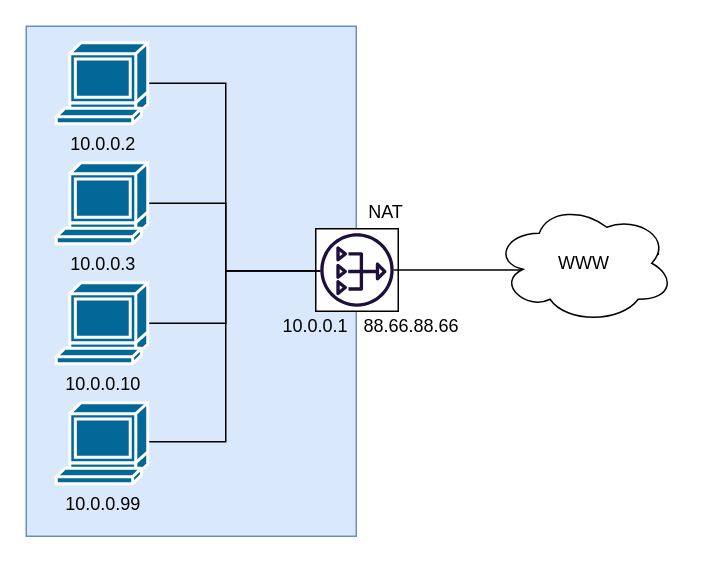
wpilibsuite/frc-docs keeps this draw.io diagram as source/docs/networking/networking-introduction/diagrams/nat.drawio. Above is the earlier version. Source tidied: cells renumbered, new cells numbered last; positions are measured from the earlier drawing's top-left corner, leaving out a move shared by most shapes. Both pictures are drawn from the tidied source at 150%, with x=0, y=0 at pixel (26, 26).
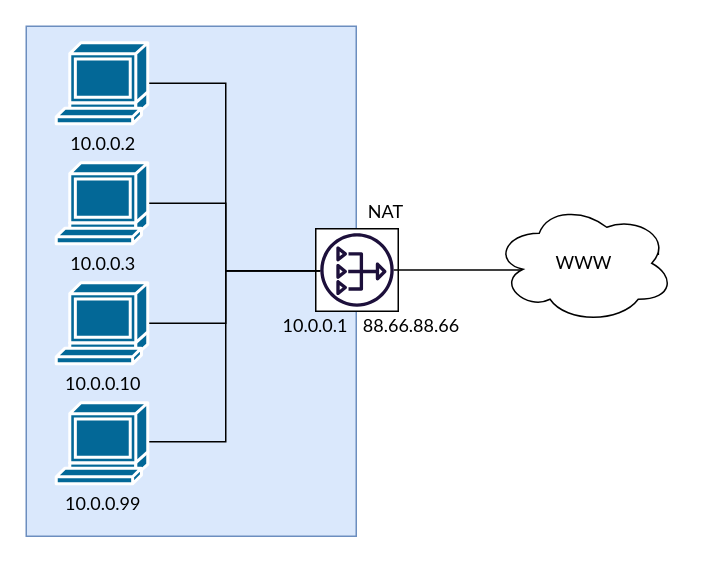
The same diagram, later.

What changed in the source:
```diff
@@
-    <mxCell id="2" style="rounded=0;whiteSpace=wrap;html=1;fillColor=#dae8fc;strokeColor=#6c8ebf;" parent="1" vertex="1">
+    <mxCell id="2" style="rounded=0;whiteSpace=wrap;html=1;fillColor=#dae8fc;strokeColor=#6c8ebf;fontFamily=Lato;" parent="1" vertex="1">
       <mxGeometry width="220" height="340" as="geometry" />
     </mxCell>
-    <mxCell id="3" style="whiteSpace=wrap;html=1;fillColor=#FFFFFF;" parent="1" vertex="1">
+    <mxCell id="3" style="whiteSpace=wrap;html=1;fillColor=#FFFFFF;fontFamily=Lato;" parent="1" vertex="1">
       <mxGeometry x="193" y="135" width="55" height="55" as="geometry" />
     </mxCell>
-    <mxCell id="4" style="edgeStyle=orthogonalEdgeStyle;rounded=0;jettySize=auto;html=1;endArrow=none;endFill=0;" parent="1" edge="1" source="5" target="13">
+    <mxCell id="4" style="edgeStyle=orthogonalEdgeStyle;rounded=0;jettySize=auto;html=1;endArrow=none;endFill=0;fontFamily=Lato;" parent="1" edge="1" source="5" target="13">
       <mxGeometry relative="1" as="geometry">
         <Array as="points">
           <mxPoint x="133" y="38" />
           <mxPoint x="133" y="163" />
         </Array>
       </mxGeometry>
     </mxCell>
-    <mxCell id="5" value="10.0.0.2" style="shape=mxgraph.cisco.computers_and_peripherals.terminal;html=1;dashed=0;fillColor=#036897;strokeColor=#ffffff;strokeWidth=2;verticalLabelPosition=bottom;verticalAlign=top;align=center;outlineConnect=0;" parent="1" vertex="1">
+    <mxCell id="5" value="10.0.0.2" style="shape=mxgraph.cisco.computers_and_peripherals.terminal;html=1;dashed=0;fillColor=#036897;strokeColor=#ffffff;strokeWidth=2;verticalLabelPosition=bottom;verticalAlign=top;align=center;outlineConnect=0;fontFamily=Lato;" parent="1" vertex="1">
       <mxGeometry x="20" y="11" width="61" height="54" as="geometry" />
     </mxCell>
-    <mxCell id="6" style="edgeStyle=orthogonalEdgeStyle;rounded=0;jettySize=auto;html=1;endArrow=none;endFill=0;" parent="1" edge="1" source="7" target="13">
+    <mxCell id="6" style="edgeStyle=orthogonalEdgeStyle;rounded=0;jettySize=auto;html=1;endArrow=none;endFill=0;fontFamily=Lato;" parent="1" edge="1" source="7" target="13">
       <mxGeometry relative="1" as="geometry">
         <Array as="points">
           <mxPoint x="133" y="118" />
           <mxPoint x="133" y="163" />
         </Array>
       </mxGeometry>
     </mxCell>
-    <mxCell id="7" value="10.0.0.3" style="shape=mxgraph.cisco.computers_and_peripherals.terminal;html=1;dashed=0;fillColor=#036897;strokeColor=#ffffff;strokeWidth=2;verticalLabelPosition=bottom;verticalAlign=top;align=center;outlineConnect=0;" parent="1" vertex="1">
+    <mxCell id="7" value="10.0.0.3" style="shape=mxgraph.cisco.computers_and_peripherals.terminal;html=1;dashed=0;fillColor=#036897;strokeColor=#ffffff;strokeWidth=2;verticalLabelPosition=bottom;verticalAlign=top;align=center;outlineConnect=0;fontFamily=Lato;" parent="1" vertex="1">
       <mxGeometry x="20" y="91" width="61" height="54" as="geometry" />
     </mxCell>
-    <mxCell id="8" style="edgeStyle=orthogonalEdgeStyle;rounded=0;jettySize=auto;html=1;endArrow=none;endFill=0;" parent="1" edge="1" source="9" target="13">
+    <mxCell id="8" style="edgeStyle=orthogonalEdgeStyle;rounded=0;jettySize=auto;html=1;endArrow=none;endFill=0;fontFamily=Lato;" parent="1" edge="1" source="9" target="13">
       <mxGeometry relative="1" as="geometry">
         <Array as="points">
           <mxPoint x="133" y="198" />
           <mxPoint x="133" y="163" />
         </Array>
       </mxGeometry>
     </mxCell>
-    <mxCell id="9" value="10.0.0.10" style="shape=mxgraph.cisco.computers_and_peripherals.terminal;html=1;dashed=0;fillColor=#036897;strokeColor=#ffffff;strokeWidth=2;verticalLabelPosition=bottom;verticalAlign=top;align=center;outlineConnect=0;" parent="1" vertex="1">
+    <mxCell id="9" value="10.0.0.10" style="shape=mxgraph.cisco.computers_and_peripherals.terminal;html=1;dashed=0;fillColor=#036897;strokeColor=#ffffff;strokeWidth=2;verticalLabelPosition=bottom;verticalAlign=top;align=center;outlineConnect=0;fontFamily=Lato;" parent="1" vertex="1">
       <mxGeometry x="20" y="171" width="61" height="54" as="geometry" />
     </mxCell>
-    <mxCell id="10" style="edgeStyle=orthogonalEdgeStyle;rounded=0;jettySize=auto;html=1;endArrow=none;endFill=0;" parent="1" edge="1" source="11" target="13">
+    <mxCell id="10" style="edgeStyle=orthogonalEdgeStyle;rounded=0;jettySize=auto;html=1;endArrow=none;endFill=0;fontFamily=Lato;" parent="1" edge="1" source="11" target="13">
       <mxGeometry relative="1" as="geometry">
         <Array as="points">
           <mxPoint x="133" y="277" />
           <mxPoint x="133" y="163" />
         </Array>
       </mxGeometry>
     </mxCell>
-    <mxCell id="11" value="10.0.0.99" style="shape=mxgraph.cisco.computers_and_peripherals.terminal;html=1;dashed=0;fillColor=#036897;strokeColor=#ffffff;strokeWidth=2;verticalLabelPosition=bottom;verticalAlign=top;align=center;outlineConnect=0;" parent="1" vertex="1">
+    <mxCell id="11" value="10.0.0.99" style="shape=mxgraph.cisco.computers_and_peripherals.terminal;html=1;dashed=0;fillColor=#036897;strokeColor=#ffffff;strokeWidth=2;verticalLabelPosition=bottom;verticalAlign=top;align=center;outlineConnect=0;fontFamily=Lato;" parent="1" vertex="1">
       <mxGeometry x="20" y="251" width="61" height="54" as="geometry" />
     </mxCell>
-    <mxCell id="12" style="edgeStyle=orthogonalEdgeStyle;rounded=0;jettySize=auto;html=1;endArrow=none;endFill=0;entryX=0.912;entryY=0.365;entryDx=0;entryDy=0;entryPerimeter=0;" parent="1" edge="1" source="13" target="17">
+    <mxCell id="12" style="edgeStyle=orthogonalEdgeStyle;rounded=0;jettySize=auto;html=1;endArrow=none;endFill=0;entryX=0.912;entryY=0.365;entryDx=0;entryDy=0;entryPerimeter=0;fontFamily=Lato;" parent="1" edge="1" source="13" target="17">
       <mxGeometry relative="1" as="geometry">
         <Array as="points">
           <mxPoint x="363" y="163" />
           <mxPoint x="363" y="152" />
         </Array>
       </mxGeometry>
     </mxCell>
-    <mxCell id="13" style="outlineConnect=0;fontColor=#232F3E;gradientColor=none;fillColor=#1D103B;strokeColor=none;dashed=0;verticalLabelPosition=bottom;verticalAlign=top;align=center;html=1;fontSize=12;fontStyle=0;shape=mxgraph.aws4.nat_gateway;" parent="1" vertex="1">
+    <mxCell id="13" style="outlineConnect=0;fontColor=#232F3E;gradientColor=none;fillColor=#1D103B;strokeColor=none;dashed=0;verticalLabelPosition=bottom;verticalAlign=top;align=center;html=1;fontSize=12;fontStyle=0;shape=mxgraph.aws4.nat_gateway;fontFamily=Lato;" parent="1" vertex="1">
       <mxGeometry x="196" y="138" width="49" height="49" as="geometry" />
     </mxCell>
-    <mxCell id="14" value="NAT" style="text;html=1;strokeColor=none;fillColor=none;align=center;verticalAlign=middle;whiteSpace=wrap;rounded=0;" parent="1" vertex="1">
+    <mxCell id="14" value="NAT" style="text;html=1;strokeColor=none;fillColor=none;align=center;verticalAlign=middle;whiteSpace=wrap;rounded=0;fontFamily=Lato;" parent="1" vertex="1">
       <mxGeometry x="220" y="114" width="40" height="20" as="geometry" />
     </mxCell>
-    <mxCell id="15" value="10.0.0.1" style="text;html=1;strokeColor=none;fillColor=none;align=center;verticalAlign=middle;whiteSpace=wrap;rounded=0;" parent="1" vertex="1">
+    <mxCell id="15" value="10.0.0.1" style="text;html=1;strokeColor=none;fillColor=none;align=center;verticalAlign=middle;whiteSpace=wrap;rounded=0;fontFamily=Lato;" parent="1" vertex="1">
       <mxGeometry x="173" y="190" width="40" height="20" as="geometry" />
     </mxCell>
-    <mxCell id="16" value="88.66.88.66" style="text;html=1;strokeColor=none;fillColor=none;align=center;verticalAlign=middle;whiteSpace=wrap;rounded=0;" parent="1" vertex="1">
+    <mxCell id="16" value="88.66.88.66" style="text;html=1;strokeColor=none;fillColor=none;align=center;verticalAlign=middle;whiteSpace=wrap;rounded=0;fontFamily=Lato;" parent="1" vertex="1">
       <mxGeometry x="237" y="190" width="40" height="20" as="geometry" />
     </mxCell>
-    <mxCell id="17" value="WWW" style="ellipse;shape=cloud;whiteSpace=wrap;html=1;fillColor=#FFFFFF;" parent="1" vertex="1">
+    <mxCell id="17" value="WWW" style="ellipse;shape=cloud;whiteSpace=wrap;html=1;fillColor=#FFFFFF;fontFamily=Lato;" parent="1" vertex="1">
       <mxGeometry x="312" y="118" width="120" height="80" as="geometry" />
     </mxCell>
```
